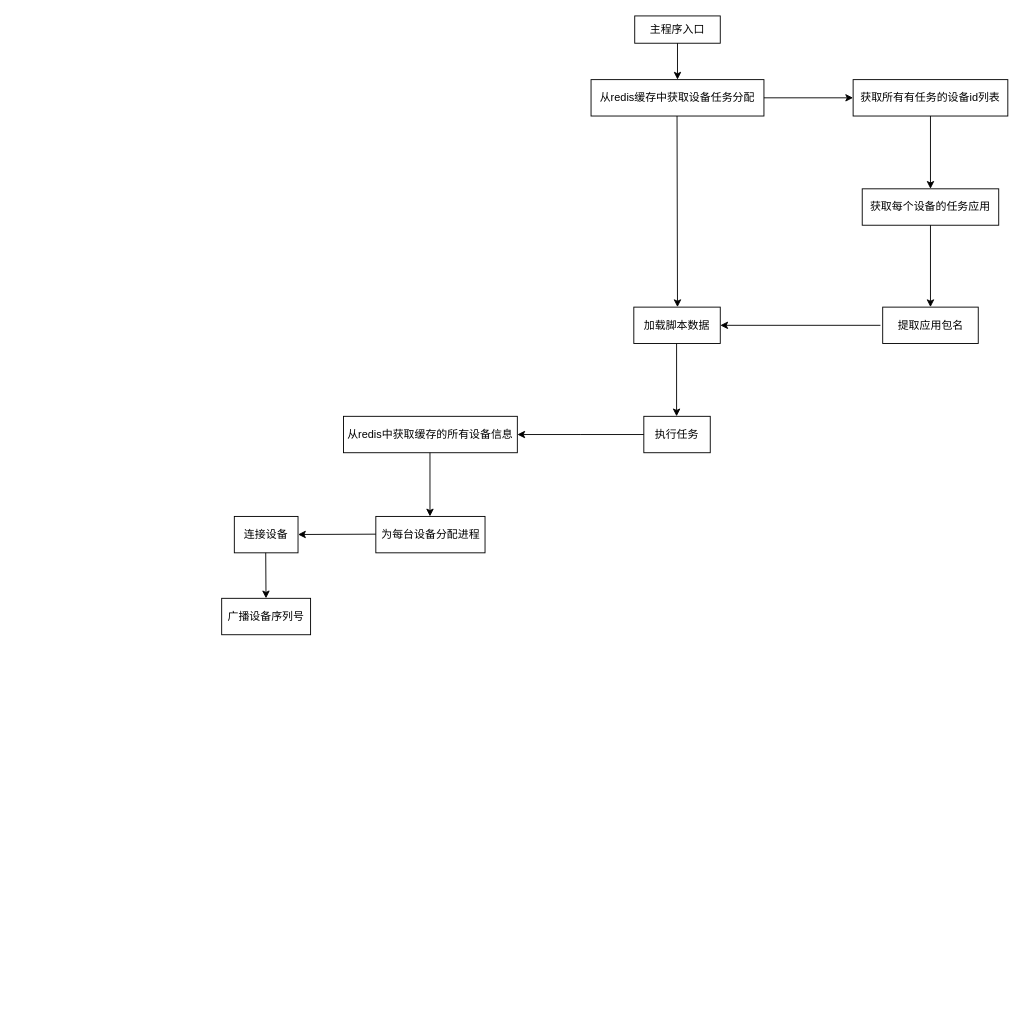
Earlier version of the draw.io diagram 安卓板块大概价格.drawio (luser233/test01-2025-07-13). Source tidied: cells renumbered, new cells numbered last; positions are measured from the earlier drawing's top-left corner, leaving out a move shared by most shapes. Both pictures are drawn from the tidied source at 91%, with x=0, y=0 at pixel (221, 15).
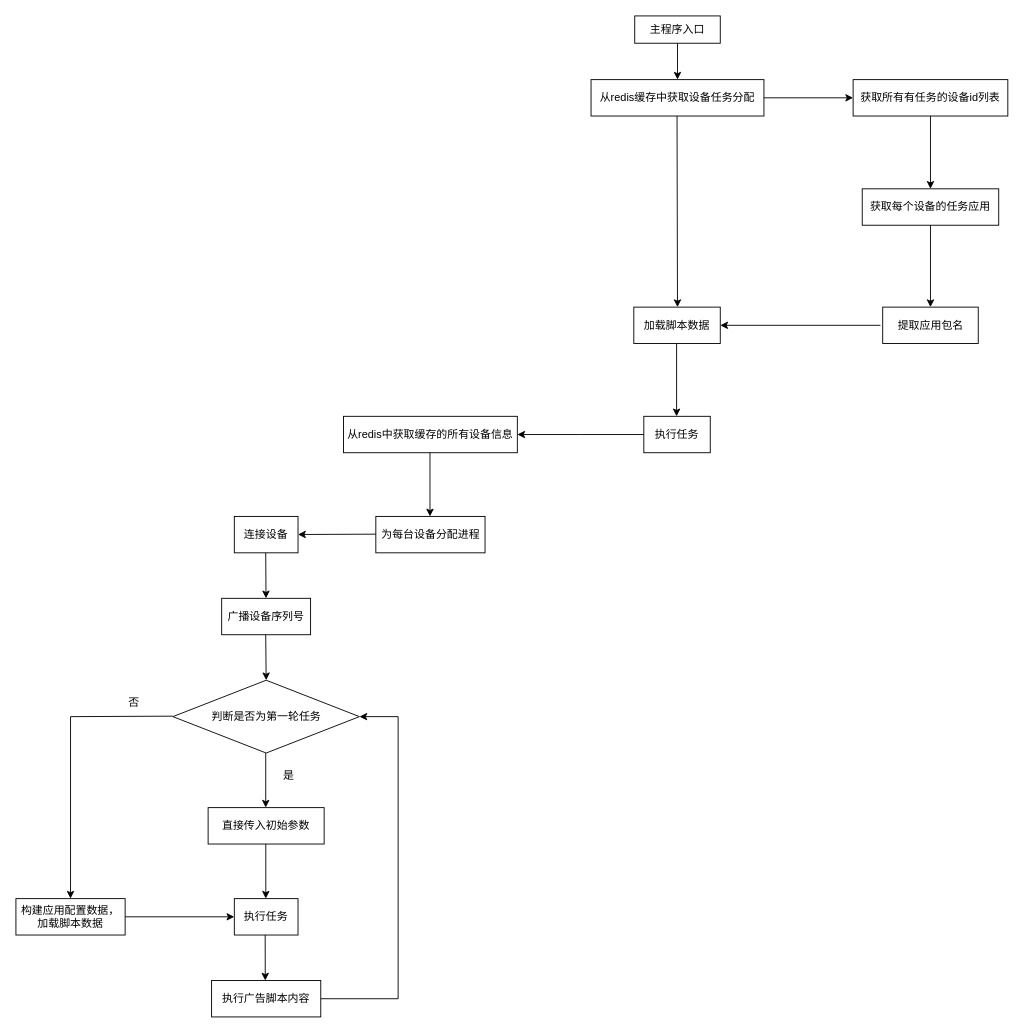
After the change.

Commit message:
更新安卓板块大概价格.drawio

What changed in the source:
```diff
@@
+    <mxCell id="24" value="判断是否为第一轮任务" style="rhombus;whiteSpace=wrap;html=1;" parent="1" vertex="1">
+      <mxGeometry x="-53.5" y="730" width="205" height="80" as="geometry" />
+    </mxCell>
+    <mxCell id="25" style="endArrow=classic;html=1;rounded=0;" parent="1" edge="1">
+      <mxGeometry relative="1" as="geometry">
+        <mxPoint x="48.5" y="680" as="sourcePoint" />
+        <mxPoint x="49" y="730" as="targetPoint" />
+      </mxGeometry>
+    </mxCell>
+    <mxCell id="26" style="endArrow=classic;html=1;rounded=0;" parent="1" edge="1">
+      <mxGeometry relative="1" as="geometry">
+        <mxPoint x="48.5" y="810" as="sourcePoint" />
+        <mxPoint x="48.5" y="870" as="targetPoint" />
+      </mxGeometry>
+    </mxCell>
+    <mxCell id="27" value="是" style="text;html=1;align=center;verticalAlign=middle;whiteSpace=wrap;rounded=0;" parent="1" vertex="1">
+      <mxGeometry x="54" y="820" width="40" height="30" as="geometry" />
+    </mxCell>
+    <mxCell id="28" value="直接传入初始参数" style="rounded=0;whiteSpace=wrap;html=1;" parent="1" vertex="1">
+      <mxGeometry x="-14.8" y="870" width="127.5" height="40" as="geometry" />
+    </mxCell>
+    <mxCell id="29" style="endArrow=classic;html=1;rounded=0;entryX=0.5;entryY=0;entryDx=0;entryDy=0;" parent="1" edge="1" target="33">
+      <mxGeometry relative="1" as="geometry">
+        <mxPoint x="-53.5" y="769.5" as="sourcePoint" />
+        <Array as="points">
+          <mxPoint x="-166" y="770" />
+        </Array>
+      </mxGeometry>
+    </mxCell>
+    <mxCell id="30" style="endArrow=classic;html=1;rounded=0;" parent="1" edge="1">
+      <mxGeometry relative="1" as="geometry">
+        <mxPoint x="48.6" y="910" as="sourcePoint" />
+        <mxPoint x="48.6" y="970" as="targetPoint" />
+      </mxGeometry>
+    </mxCell>
+    <mxCell id="31" value="执行任务" style="rounded=0;whiteSpace=wrap;html=1;" parent="1" vertex="1">
+      <mxGeometry x="14" y="970" width="70" height="40" as="geometry" />
+    </mxCell>
+    <mxCell id="32" value="否" style="text;html=1;align=center;verticalAlign=middle;whiteSpace=wrap;rounded=0;" parent="1" vertex="1">
+      <mxGeometry x="-126" y="740" width="60" height="30" as="geometry" />
+    </mxCell>
+    <mxCell id="33" value="构建应用配置数据，加载脚本数据" style="rounded=0;whiteSpace=wrap;html=1;" parent="1" vertex="1">
+      <mxGeometry x="-226" y="970" width="120" height="40" as="geometry" />
+    </mxCell>
+    <mxCell id="34" style="endArrow=classic;html=1;rounded=0;entryX=0;entryY=0.5;entryDx=0;entryDy=0;" parent="1" edge="1" target="31">
+      <mxGeometry relative="1" as="geometry">
+        <mxPoint x="-106" y="990" as="sourcePoint" />
+      </mxGeometry>
+    </mxCell>
+    <mxCell id="35" style="endArrow=classic;html=1;rounded=0;" parent="1" edge="1">
+      <mxGeometry relative="1" as="geometry">
+        <mxPoint x="47.9" y="1010" as="sourcePoint" />
+        <mxPoint x="48" y="1060" as="targetPoint" />
+      </mxGeometry>
+    </mxCell>
+    <mxCell id="36" value="执行广告脚本内容" style="rounded=0;whiteSpace=wrap;html=1;" parent="1" vertex="1">
+      <mxGeometry x="-11" y="1060" width="120" height="40" as="geometry" />
+    </mxCell>
+    <mxCell id="37" style="endArrow=classic;html=1;rounded=0;entryX=1;entryY=0.5;entryDx=0;entryDy=0;" parent="1" edge="1" target="24">
+      <mxGeometry relative="1" as="geometry">
+        <mxPoint x="109" y="1080" as="sourcePoint" />
+        <Array as="points">
+          <mxPoint x="194" y="1080" />
+          <mxPoint x="194" y="770" />
+        </Array>
+      </mxGeometry>
+    </mxCell>
```
